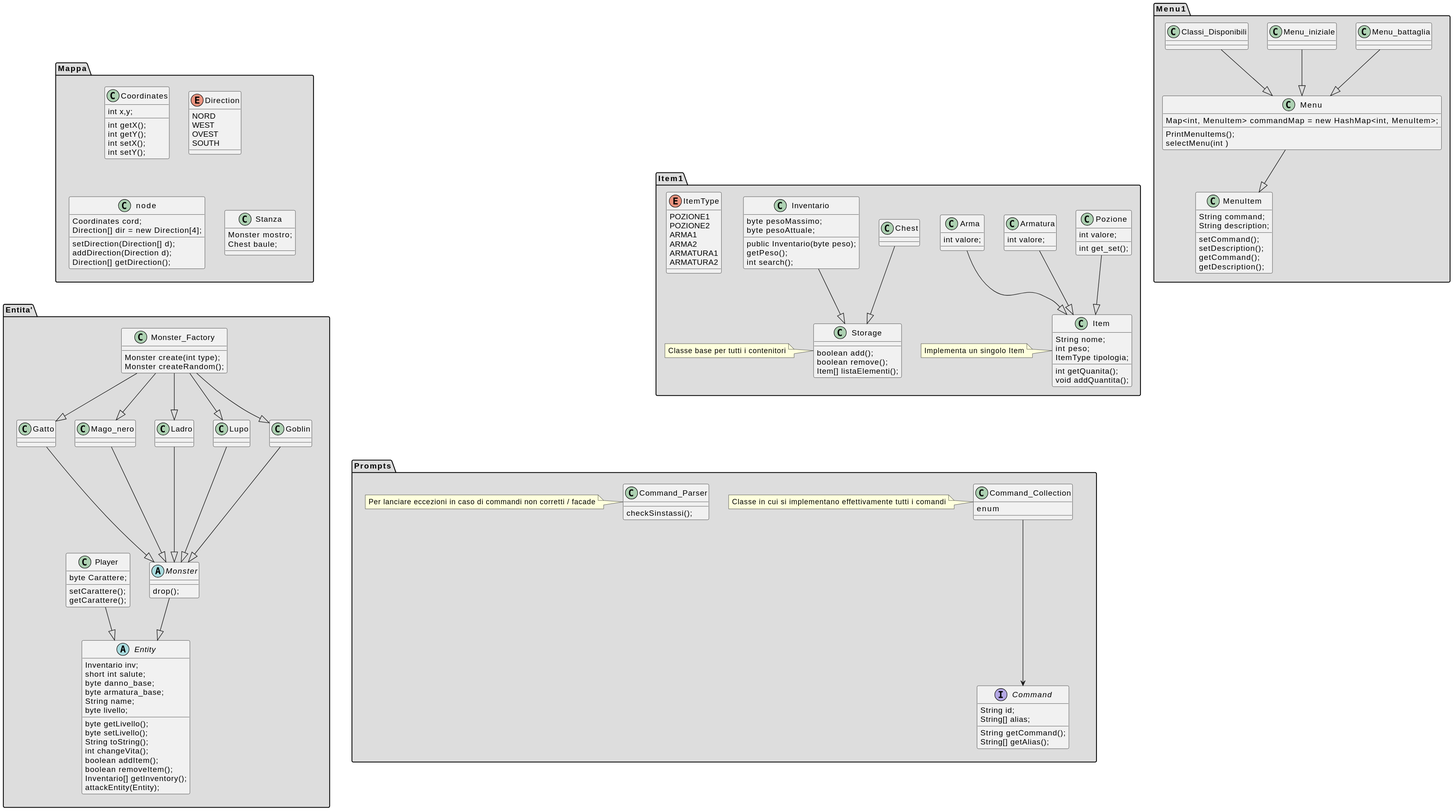
Earlier version of the PlantUML export DiagrammiUML/ClassDiagram.svg (PdP03/ACMD).
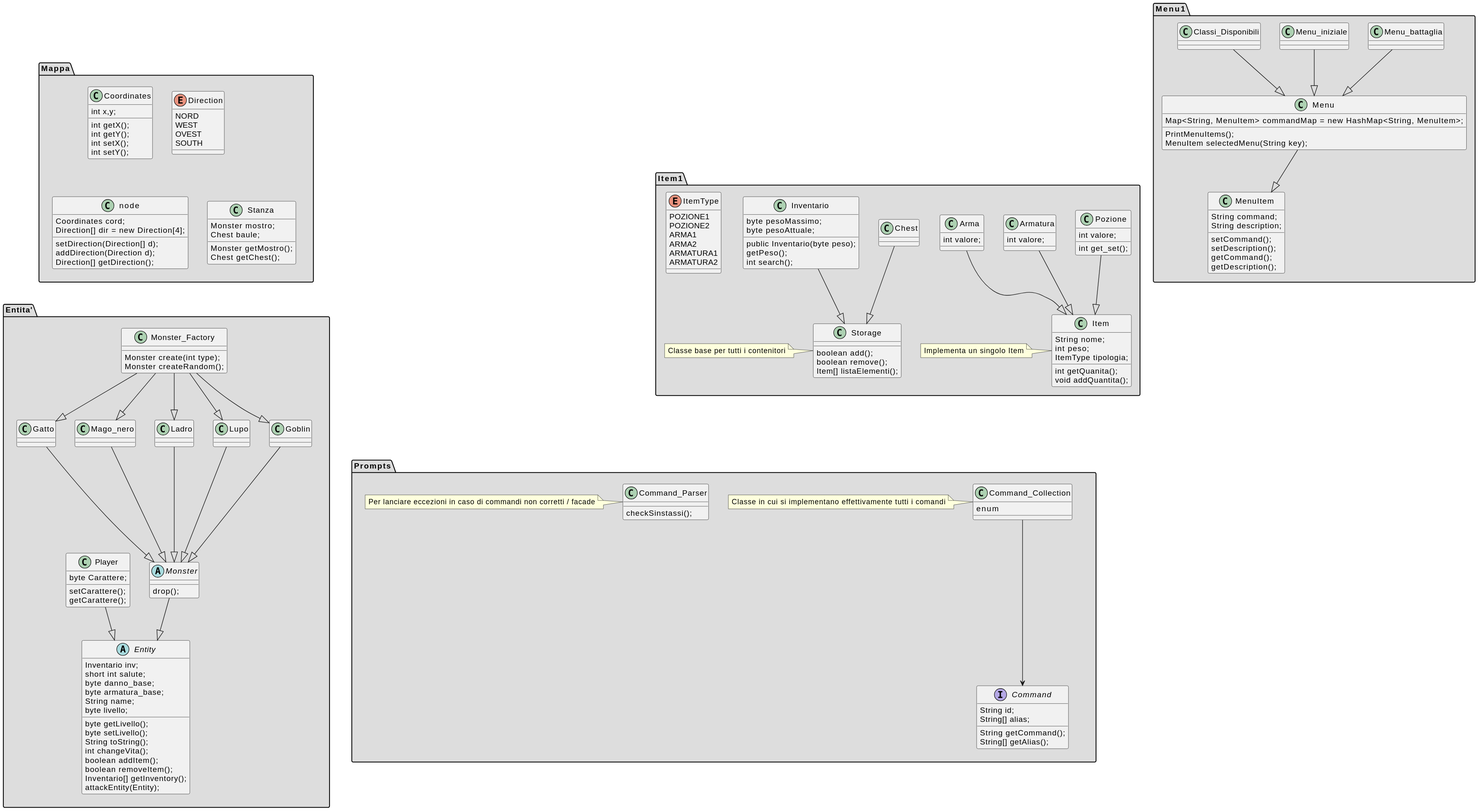
Later version of the same file.

Change to the diagram source:
```diff
@@ -130,10 +130,10 @@
   }
 
 class Menu{
-   Map<int, MenuItem> commandMap = new HashMap<int, MenuItem>;
+   Map<String, MenuItem> commandMap = new HashMap<String, MenuItem>;
 
    PrintMenuItems();
-   selectMenu(int )
+   MenuItem selectedMenu(String key);
 }
    class Classi_Disponibili {}
    class Menu_iniziale{}
@@ -174,6 +174,8 @@
    class Stanza{
   Monster mostro;
   Chest baule;
+  Monster getMostro();
+  Chest getChest();
 }
 
 }
```
